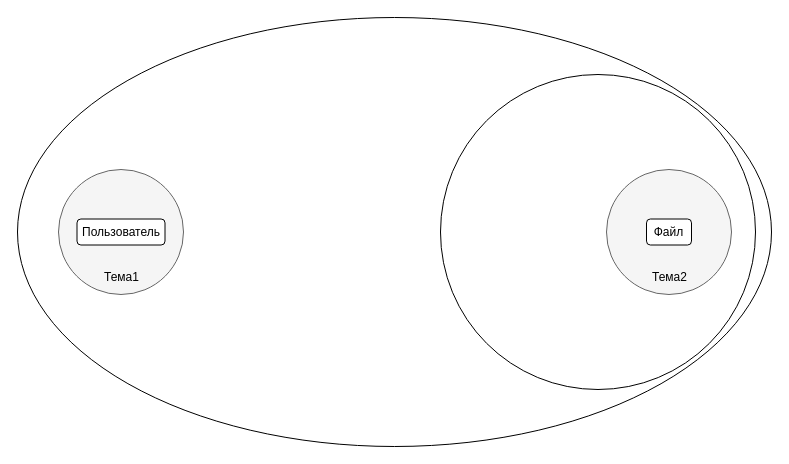
The draw.io diagram Metagraph.drawio in DMfananddu/DSM, before the edit. Source tidied: cells renumbered, new cells numbered last; positions are measured from the earlier drawing's top-left corner, leaving out a move shared by most shapes. Both pictures are drawn from the tidied source at 100%, with x=0, y=0 at pixel (17, 17).
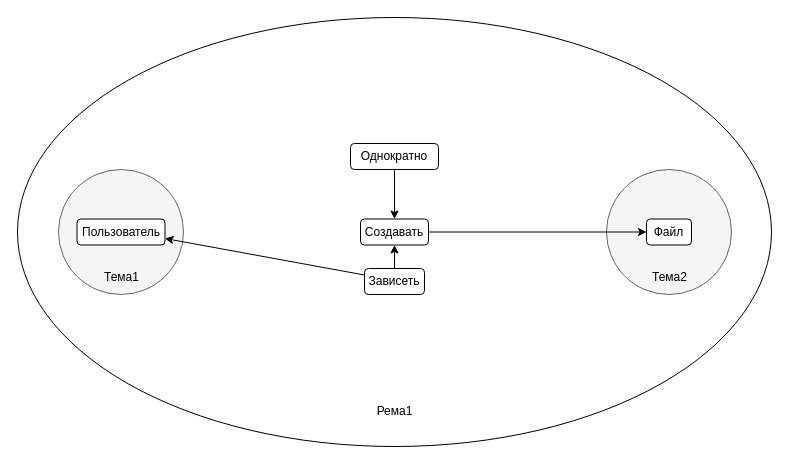
After the change.

Change to the diagram source:
```diff
@@
 <mxGraphModel>
   <root>
     <mxCell id="0" />
     <mxCell id="1" parent="0" />
     <mxCell id="2" style="ellipse;whiteSpace=wrap;html=1;" parent="1" vertex="1">
       <mxGeometry width="754" height="429" as="geometry" />
     </mxCell>
-    <mxCell id="3" style="ellipse;whiteSpace=wrap;html=1;" parent="2" vertex="1">
-      <mxGeometry x="423" y="57" width="315" height="315" as="geometry" />
-    </mxCell>
     <mxCell id="4" style="ellipse;whiteSpace=wrap;html=1;fillColor=#f5f5f5;strokeColor=#666666;fontColor=#333333;" parent="2" vertex="1">
       <mxGeometry x="41" y="152" width="125" height="125" as="geometry" />
     </mxCell>
     <mxCell id="5" value="Тема1" style="text;html=1;align=center;verticalAlign=middle;" parent="2" vertex="1">
       <mxGeometry x="81" y="251" width="45" height="18" as="geometry" />
     </mxCell>
     <mxCell id="6" value="Пользователь" style="rounded=1;whiteSpace=wrap;html=1;" parent="2" vertex="1">
       <mxGeometry x="59.5" y="201.5" width="88" height="26" as="geometry" />
     </mxCell>
     <mxCell id="7" style="ellipse;whiteSpace=wrap;html=1;fillColor=#f5f5f5;strokeColor=#666666;fontColor=#333333;" parent="2" vertex="1">
       <mxGeometry x="589" y="152" width="125" height="125" as="geometry" />
     </mxCell>
     <mxCell id="8" value="Тема2" style="text;html=1;align=center;verticalAlign=middle;" parent="2" vertex="1">
       <mxGeometry x="629" y="251" width="45" height="18" as="geometry" />
     </mxCell>
     <mxCell id="9" value="Файл" style="rounded=1;whiteSpace=wrap;html=1;" parent="2" vertex="1">
       <mxGeometry x="629" y="201.5" width="45" height="26" as="geometry" />
     </mxCell>
+    <mxCell id="10" style="edgeStyle=none;rounded=0;jettySize=auto;html=1;exitX=1;exitY=0.5;exitDx=0;exitDy=0;entryX=0;entryY=0.5;entryDx=0;entryDy=0;" parent="2" edge="1" source="11" target="9">
+      <mxGeometry relative="1" as="geometry" />
+    </mxCell>
+    <mxCell id="11" value="Создавать" style="rounded=1;whiteSpace=wrap;html=1;" parent="2" vertex="1">
+      <mxGeometry x="343" y="201.5" width="68" height="26" as="geometry" />
+    </mxCell>
+    <mxCell id="12" style="edgeStyle=none;rounded=0;jettySize=auto;html=1;exitX=0.5;exitY=1;exitDx=0;exitDy=0;entryX=0.5;entryY=0;entryDx=0;entryDy=0;" parent="2" edge="1" source="13" target="11">
+      <mxGeometry relative="1" as="geometry" />
+    </mxCell>
+    <mxCell id="13" value="Однократно" style="rounded=1;whiteSpace=wrap;html=1;" parent="2" vertex="1">
+      <mxGeometry x="333" y="126" width="88" height="26" as="geometry" />
+    </mxCell>
+    <mxCell id="14" style="rounded=0;jettySize=auto;html=1;exitX=0;exitY=0.25;exitDx=0;exitDy=0;entryX=1;entryY=0.75;entryDx=0;entryDy=0;" parent="2" edge="1" source="16" target="6">
+      <mxGeometry relative="1" as="geometry" />
+    </mxCell>
+    <mxCell id="15" style="edgeStyle=none;rounded=0;jettySize=auto;html=1;exitX=0.5;exitY=0;exitDx=0;exitDy=0;entryX=0.5;entryY=1;entryDx=0;entryDy=0;" parent="2" edge="1" source="16" target="11">
+      <mxGeometry relative="1" as="geometry" />
+    </mxCell>
+    <mxCell id="16" value="Зависеть" style="rounded=1;whiteSpace=wrap;html=1;" parent="2" vertex="1">
+      <mxGeometry x="347" y="251" width="60" height="26" as="geometry" />
+    </mxCell>
+    <mxCell id="17" value="Рема1" style="text;html=1;align=center;verticalAlign=middle;" parent="2" vertex="1">
+      <mxGeometry x="354" y="385" width="46" height="18" as="geometry" />
+    </mxCell>
   </root>
 </mxGraphModel>
```
